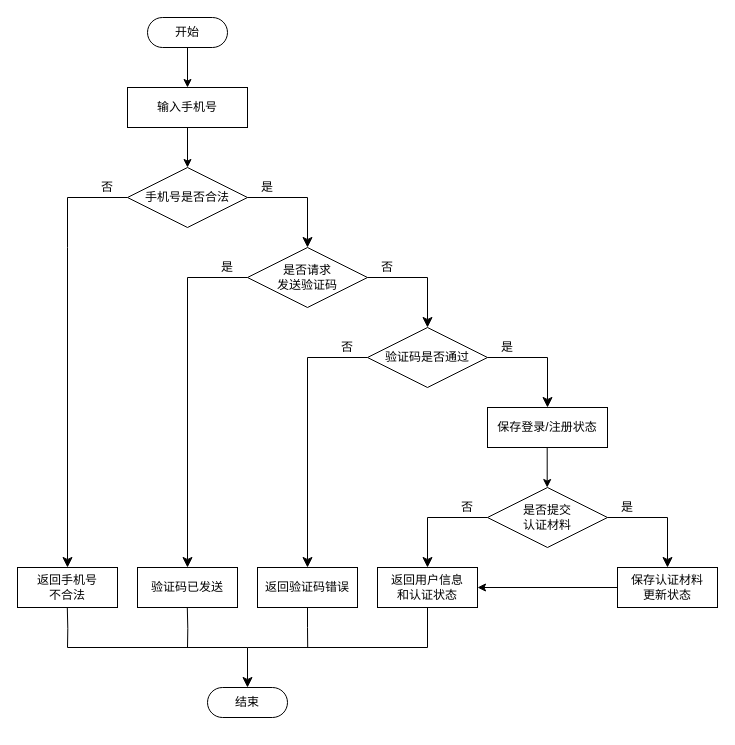
This is 未命名绘图.drawio from wlqsupreme/2026_AFriends, a draw.io file, before an edit. Source tidied: cells renumbered, new cells numbered last; positions are measured from the earlier drawing's top-left corner, leaving out a move shared by most shapes. Both pictures are drawn from the tidied source at 100%, with x=0, y=0 at pixel (17, 17).
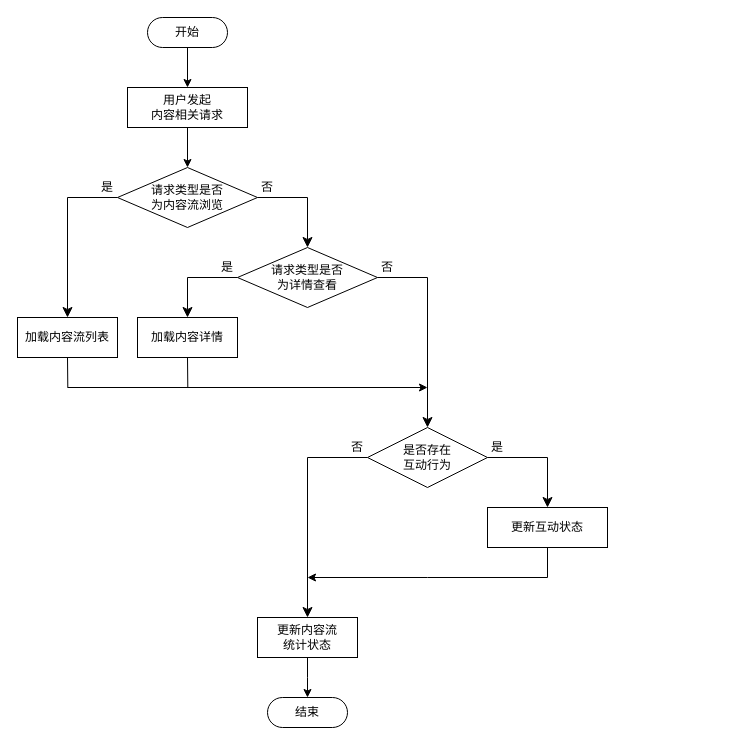
After the change.

Commit message:
3-5内容浏览与互动.drawio

The change refers to these unchanged cells:
```xml
<mxCell id="13" value="是" style="text;html=1;whiteSpace=wrap;strokeColor=none;fillColor=none;align=center;verticalAlign=middle;rounded=0;" parent="1" vertex="1">
  <mxGeometry x="200" y="240" width="20" height="20" as="geometry" />
</mxCell>
<mxCell id="15" value="否" style="text;html=1;whiteSpace=wrap;strokeColor=none;fillColor=none;align=center;verticalAlign=middle;rounded=0;" parent="1" vertex="1">
  <mxGeometry x="360" y="240" width="20" height="20" as="geometry" />
</mxCell>
```

Diff of the diagram source:
```diff
@@
-    <mxCell id="3" value="输入手机号" style="html=1;dashed=0;whiteSpace=wrap;" parent="1" vertex="1">
+    <mxCell id="3" value="用户发起&lt;div&gt;内容&lt;span style=&quot;background-color: transparent; color: light-dark(rgb(0, 0, 0), rgb(255, 255, 255));&quot;&gt;相关请求&lt;/span&gt;&lt;/div&gt;" style="html=1;dashed=0;whiteSpace=wrap;" parent="1" vertex="1">
       <mxGeometry x="110" y="70" width="120" height="40" as="geometry" />
     </mxCell>
@@
-    <mxCell id="5" value="手机号是否合法" style="shape=rhombus;html=1;dashed=0;whiteSpace=wrap;perimeter=rhombusPerimeter;" parent="1" vertex="1">
-      <mxGeometry x="110" y="150" width="120" height="60" as="geometry" />
+    <mxCell id="5" value="请求类型是否&lt;div&gt;为内容流浏览&lt;/div&gt;" style="shape=rhombus;html=1;dashed=0;whiteSpace=wrap;perimeter=rhombusPerimeter;" parent="1" vertex="1">
+      <mxGeometry x="100" y="150" width="140" height="60" as="geometry" />
     </mxCell>
@@
-    <mxCell id="7" style="edgeStyle=segmentEdgeStyle;endArrow=classic;html=1;curved=0;rounded=0;endSize=8;startSize=8;exitX=0;exitY=0.5;exitDx=0;exitDy=0;" parent="1" edge="1" source="5">
+    <mxCell id="7" style="edgeStyle=segmentEdgeStyle;endArrow=classic;html=1;curved=0;rounded=0;endSize=8;startSize=8;exitX=0;exitY=0.5;exitDx=0;exitDy=0;entryX=0.5;entryY=0;entryDx=0;entryDy=0;" parent="1" edge="1" source="5" target="34">
       <mxGeometry relative="1" as="geometry">
-        <mxPoint x="50" y="550" as="targetPoint" />
         <Array as="points">
           <mxPoint x="50" y="180" />
-          <mxPoint x="50" y="230" />
         </Array>
       </mxGeometry>
     </mxCell>
-    <mxCell id="8" value="否" style="text;html=1;whiteSpace=wrap;strokeColor=none;fillColor=none;align=center;verticalAlign=middle;rounded=0;" parent="1" vertex="1">
+    <mxCell id="8" value="是" style="text;html=1;whiteSpace=wrap;strokeColor=none;fillColor=none;align=center;verticalAlign=middle;rounded=0;" parent="1" vertex="1">
       <mxGeometry x="80" y="160" width="20" height="20" as="geometry" />
     </mxCell>
@@
-    <mxCell id="10" value="是" style="text;html=1;whiteSpace=wrap;strokeColor=none;fillColor=none;align=center;verticalAlign=middle;rounded=0;" parent="1" vertex="1">
+    <mxCell id="10" value="否" style="text;html=1;whiteSpace=wrap;strokeColor=none;fillColor=none;align=center;verticalAlign=middle;rounded=0;" parent="1" vertex="1">
       <mxGeometry x="240" y="160" width="20" height="20" as="geometry" />
     </mxCell>
-    <mxCell id="11" value="是否请求&lt;div&gt;发送&lt;span style=&quot;background-color: transparent; color: light-dark(rgb(0, 0, 0), rgb(255, 255, 255));&quot;&gt;验证码&lt;/span&gt;&lt;/div&gt;" style="shape=rhombus;html=1;dashed=0;whiteSpace=wrap;perimeter=rhombusPerimeter;" parent="1" vertex="1">
-      <mxGeometry x="230" y="230" width="120" height="60" as="geometry" />
+    <mxCell id="11" value="请求类型是否&lt;div&gt;为详情查看&lt;/div&gt;" style="shape=rhombus;html=1;dashed=0;whiteSpace=wrap;perimeter=rhombusPerimeter;" parent="1" vertex="1">
+      <mxGeometry x="220" y="230" width="140" height="60" as="geometry" />
     </mxCell>
-    <mxCell id="12" style="edgeStyle=segmentEdgeStyle;endArrow=classic;html=1;curved=0;rounded=0;endSize=8;startSize=8;exitX=0;exitY=0.5;exitDx=0;exitDy=0;entryX=0.5;entryY=0;entryDx=0;entryDy=0;" parent="1" edge="1" target="33">
+    <mxCell id="12" style="edgeStyle=segmentEdgeStyle;endArrow=classic;html=1;curved=0;rounded=0;endSize=8;startSize=8;exitX=1;exitY=1;exitDx=0;exitDy=0;entryX=0.5;entryY=0;entryDx=0;entryDy=0;" parent="1" edge="1" source="13" target="33">
       <mxGeometry relative="1" as="geometry">
-        <mxPoint x="230" y="260" as="sourcePoint" />
         <Array as="points">
           <mxPoint x="170" y="260" />
         </Array>
       </mxGeometry>
     </mxCell>
@@
-    <mxCell id="14" style="edgeStyle=segmentEdgeStyle;endArrow=classic;html=1;curved=0;rounded=0;endSize=8;startSize=8;exitX=1;exitY=0.5;exitDx=0;exitDy=0;" parent="1" edge="1">
+    <mxCell id="14" style="edgeStyle=segmentEdgeStyle;endArrow=classic;html=1;curved=0;rounded=0;endSize=8;startSize=8;exitX=0;exitY=1;exitDx=0;exitDy=0;entryX=0.5;entryY=0;entryDx=0;entryDy=0;" parent="1" edge="1" source="15" target="16">
       <mxGeometry relative="1" as="geometry">
-        <mxPoint x="350" y="260" as="sourcePoint" />
-        <mxPoint x="410" y="310" as="targetPoint" />
         <Array as="points">
           <mxPoint x="410" y="260" />
-          <mxPoint x="410" y="310" />
         </Array>
       </mxGeometry>
     </mxCell>
@@
-    <mxCell id="16" value="验证码是否通过" style="shape=rhombus;html=1;dashed=0;whiteSpace=wrap;perimeter=rhombusPerimeter;" parent="1" vertex="1">
-      <mxGeometry x="350" y="310" width="120" height="60" as="geometry" />
+    <mxCell id="16" value="是否存在&lt;div&gt;互动行为&lt;/div&gt;" style="shape=rhombus;html=1;dashed=0;whiteSpace=wrap;perimeter=rhombusPerimeter;" parent="1" vertex="1">
+      <mxGeometry x="350" y="410" width="120" height="60" as="geometry" />
     </mxCell>
-    <mxCell id="17" style="edgeStyle=segmentEdgeStyle;endArrow=classic;html=1;curved=0;rounded=0;endSize=8;startSize=8;exitX=0;exitY=0.5;exitDx=0;exitDy=0;entryX=0.5;entryY=0;entryDx=0;entryDy=0;" parent="1" edge="1" target="32">
+    <mxCell id="17" style="edgeStyle=segmentEdgeStyle;endArrow=classic;html=1;curved=0;rounded=0;endSize=8;startSize=8;exitX=0;exitY=0.5;exitDx=0;exitDy=0;entryX=0.5;entryY=0;entryDx=0;entryDy=0;" parent="1" edge="1" source="16" target="32">
       <mxGeometry relative="1" as="geometry">
-        <mxPoint x="350" y="340" as="sourcePoint" />
         <Array as="points">
-          <mxPoint x="290" y="340" />
+          <mxPoint x="290" y="440" />
         </Array>
       </mxGeometry>
     </mxCell>
     <mxCell id="18" value="否" style="text;html=1;whiteSpace=wrap;strokeColor=none;fillColor=none;align=center;verticalAlign=middle;rounded=0;" parent="1" vertex="1">
-      <mxGeometry x="320" y="320" width="20" height="20" as="geometry" />
+      <mxGeometry x="330" y="420" width="20" height="20" as="geometry" />
     </mxCell>
-    <mxCell id="19" style="edgeStyle=segmentEdgeStyle;endArrow=classic;html=1;curved=0;rounded=0;endSize=8;startSize=8;exitX=1;exitY=0.5;exitDx=0;exitDy=0;" parent="1" edge="1">
+    <mxCell id="19" style="edgeStyle=segmentEdgeStyle;endArrow=classic;html=1;curved=0;rounded=0;endSize=8;startSize=8;" parent="1" edge="1">
       <mxGeometry relative="1" as="geometry">
-        <mxPoint x="470" y="340" as="sourcePoint" />
-        <mxPoint x="530" y="390" as="targetPoint" />
+        <mxPoint x="470" y="440" as="sourcePoint" />
+        <mxPoint x="530" y="490" as="targetPoint" />
         <Array as="points">
-          <mxPoint x="530" y="340" />
-          <mxPoint x="530" y="390" />
+          <mxPoint x="530" y="440" />
+          <mxPoint x="530" y="490" />
         </Array>
       </mxGeometry>
     </mxCell>
     <mxCell id="20" value="是" style="text;html=1;whiteSpace=wrap;strokeColor=none;fillColor=none;align=center;verticalAlign=middle;rounded=0;" parent="1" vertex="1">
-      <mxGeometry x="480" y="320" width="20" height="20" as="geometry" />
+      <mxGeometry x="470" y="420" width="20" height="20" as="geometry" />
     </mxCell>
-    <mxCell id="21" value="保存登录/注册状态" style="html=1;dashed=0;whiteSpace=wrap;" parent="1" vertex="1">
-      <mxGeometry x="470" y="390" width="120" height="40" as="geometry" />
+    <mxCell id="21" value="更新互动状态" style="html=1;dashed=0;whiteSpace=wrap;" parent="1" vertex="1">
+      <mxGeometry x="470" y="490" width="120" height="40" as="geometry" />
     </mxCell>
-    <mxCell id="22" value="是否提交&lt;div&gt;认证材料&lt;/div&gt;" style="shape=rhombus;html=1;dashed=0;whiteSpace=wrap;perimeter=rhombusPerimeter;" parent="1" vertex="1">
-      <mxGeometry x="470" y="470" width="120" height="60" as="geometry" />
-    </mxCell>
-    <mxCell id="23" style="edgeStyle=segmentEdgeStyle;endArrow=classic;html=1;curved=0;rounded=0;endSize=8;startSize=8;exitX=0;exitY=0.5;exitDx=0;exitDy=0;" parent="1" edge="1">
-      <mxGeometry relative="1" as="geometry">
-        <mxPoint x="470" y="500" as="sourcePoint" />
-        <mxPoint x="410" y="550" as="targetPoint" />
-        <Array as="points">
-          <mxPoint x="410" y="500" />
-          <mxPoint x="410" y="550" />
-        </Array>
-      </mxGeometry>
-    </mxCell>
-    <mxCell id="24" value="否" style="text;html=1;whiteSpace=wrap;strokeColor=none;fillColor=none;align=center;verticalAlign=middle;rounded=0;" parent="1" vertex="1">
-      <mxGeometry x="440" y="480" width="20" height="20" as="geometry" />
-    </mxCell>
-    <mxCell id="25" style="edgeStyle=segmentEdgeStyle;endArrow=classic;html=1;curved=0;rounded=0;endSize=8;startSize=8;exitX=1;exitY=0.5;exitDx=0;exitDy=0;" parent="1" edge="1">
-      <mxGeometry relative="1" as="geometry">
-        <mxPoint x="590" y="500" as="sourcePoint" />
-        <mxPoint x="650" y="550" as="targetPoint" />
-        <Array as="points">
-          <mxPoint x="650" y="500" />
-          <mxPoint x="650" y="550" />
-        </Array>
-      </mxGeometry>
-    </mxCell>
-    <mxCell id="26" value="是" style="text;html=1;whiteSpace=wrap;strokeColor=none;fillColor=none;align=center;verticalAlign=middle;rounded=0;" parent="1" vertex="1">
-      <mxGeometry x="600" y="480" width="20" height="20" as="geometry" />
-    </mxCell>
-    <mxCell id="27" style="endArrow=classic;html=1;rounded=0;entryX=0.5;entryY=0;entryDx=0;entryDy=0;exitX=0.5;exitY=1;exitDx=0;exitDy=0;" parent="1" edge="1">
+    <mxCell id="27" style="endArrow=classic;html=1;rounded=0;" parent="1" edge="1">
       <mxGeometry relative="1" as="geometry">
-        <mxPoint x="529.7" y="430" as="sourcePoint" />
-        <mxPoint x="529.7" y="470" as="targetPoint" />
+        <mxPoint x="530" y="530" as="sourcePoint" />
+        <mxPoint x="290" y="560" as="targetPoint" />
+        <Array as="points">
+          <mxPoint x="530" y="560" />
+          <mxPoint x="410" y="560" />
+        </Array>
       </mxGeometry>
     </mxCell>
-    <mxCell id="28" value="保存认证材料&lt;div&gt;更新状态&lt;/div&gt;" style="html=1;dashed=0;whiteSpace=wrap;" parent="1" vertex="1">
-      <mxGeometry x="600" y="550" width="100" height="40" as="geometry" />
-    </mxCell>
-    <mxCell id="29" value="返回用户信息&lt;div&gt;和认证状态&lt;/div&gt;" style="html=1;dashed=0;whiteSpace=wrap;" parent="1" vertex="1">
-      <mxGeometry x="360" y="550" width="100" height="40" as="geometry" />
-    </mxCell>
-    <mxCell id="30" style="endArrow=classic;html=1;rounded=0;entryX=1;entryY=0.5;entryDx=0;entryDy=0;exitX=0;exitY=0.5;exitDx=0;exitDy=0;" parent="1" edge="1" source="28" target="29">
-      <mxGeometry relative="1" as="geometry" />
-    </mxCell>
-    <mxCell id="31" style="edgeStyle=orthogonalEdgeStyle;rounded=0;jettySize=auto;html=1;exitX=0.5;exitY=1;exitDx=0;exitDy=0;endArrow=none;endFill=0;" parent="1" edge="1" source="32">
+    <mxCell id="31" style="edgeStyle=orthogonalEdgeStyle;rounded=0;jettySize=auto;html=1;exitX=0.5;exitY=1;exitDx=0;exitDy=0;endArrow=classic;endFill=1;" parent="1" edge="1" source="32">
       <mxGeometry relative="1" as="geometry">
-        <mxPoint x="290.2" y="630" as="targetPoint" />
+        <mxPoint x="290" y="680" as="targetPoint" />
       </mxGeometry>
     </mxCell>
-    <mxCell id="32" value="返回验证码错误" style="html=1;dashed=0;whiteSpace=wrap;" parent="1" vertex="1">
-      <mxGeometry x="240" y="550" width="100" height="40" as="geometry" />
+    <mxCell id="32" value="更新内容流&lt;div&gt;统计状态&lt;/div&gt;" style="html=1;dashed=0;whiteSpace=wrap;" parent="1" vertex="1">
+      <mxGeometry x="240" y="600" width="100" height="40" as="geometry" />
     </mxCell>
+    <mxCell id="40" style="edgeStyle=orthogonalEdgeStyle;rounded=0;jettySize=auto;html=1;exitX=0.5;exitY=1;exitDx=0;exitDy=0;endArrow=none;endFill=0;" parent="1" edge="1" source="33">
+      <mxGeometry relative="1" as="geometry">
+        <mxPoint x="170.3" y="370" as="targetPoint" />
+      </mxGeometry>
+    </mxCell>
-    <mxCell id="33" value="验证码已发送" style="html=1;dashed=0;whiteSpace=wrap;" parent="1" vertex="1">
-      <mxGeometry x="120" y="550" width="100" height="40" as="geometry" />
+    <mxCell id="33" value="加载内容详情" style="html=1;dashed=0;whiteSpace=wrap;" parent="1" vertex="1">
+      <mxGeometry x="120" y="300" width="100" height="40" as="geometry" />
     </mxCell>
+    <mxCell id="41" style="edgeStyle=orthogonalEdgeStyle;rounded=0;jettySize=auto;html=1;exitX=0.5;exitY=1;exitDx=0;exitDy=0;endArrow=none;endFill=0;" parent="1" edge="1" source="34">
+      <mxGeometry relative="1" as="geometry">
+        <mxPoint x="50.3" y="370" as="targetPoint" />
+      </mxGeometry>
+    </mxCell>
-    <mxCell id="34" value="返回手机号&lt;div&gt;不合法&lt;/div&gt;" style="html=1;dashed=0;whiteSpace=wrap;" parent="1" vertex="1">
-      <mxGeometry y="550" width="100" height="40" as="geometry" />
+    <mxCell id="34" value="加载内容流列表" style="html=1;dashed=0;whiteSpace=wrap;" parent="1" vertex="1">
+      <mxGeometry y="300" width="100" height="40" as="geometry" />
     </mxCell>
-    <mxCell id="35" style="edgeStyle=segmentEdgeStyle;endArrow=classic;html=1;curved=0;rounded=0;endSize=8;startSize=8;exitX=0.5;exitY=1;exitDx=0;exitDy=0;" parent="1" edge="1" source="29">
-      <mxGeometry relative="1" as="geometry">
-        <mxPoint x="230" y="670" as="targetPoint" />
-        <Array as="points">
-          <mxPoint x="410" y="630" />
-          <mxPoint x="230" y="630" />
-          <mxPoint x="230" y="670" />
-        </Array>
-      </mxGeometry>
-    </mxCell>
-    <mxCell id="36" style="edgeStyle=orthogonalEdgeStyle;rounded=0;orthogonalLoop=1;jettySize=auto;html=1;exitX=0.5;exitY=1;exitDx=0;exitDy=0;endArrow=none;endFill=0;" parent="1" edge="1">
-      <mxGeometry relative="1" as="geometry">
-        <mxPoint x="169.8" y="590" as="sourcePoint" />
-        <mxPoint x="170" y="630" as="targetPoint" />
-      </mxGeometry>
-    </mxCell>
-    <mxCell id="37" style="edgeStyle=orthogonalEdgeStyle;rounded=0;orthogonalLoop=1;jettySize=auto;html=1;exitX=0.5;exitY=1;exitDx=0;exitDy=0;endArrow=none;endFill=0;" parent="1" edge="1">
-      <mxGeometry relative="1" as="geometry">
-        <mxPoint x="49.8" y="590" as="sourcePoint" />
-        <mxPoint x="50" y="630" as="targetPoint" />
-      </mxGeometry>
-    </mxCell>
-    <mxCell id="38" style="edgeStyle=orthogonalEdgeStyle;rounded=0;orthogonalLoop=1;jettySize=auto;html=1;endArrow=none;endFill=0;" parent="1" edge="1">
-      <mxGeometry relative="1" as="geometry">
-        <mxPoint x="50" y="630" as="sourcePoint" />
-        <mxPoint x="230" y="630" as="targetPoint" />
-      </mxGeometry>
-    </mxCell>
     <mxCell id="39" value="结束" style="html=1;dashed=0;whiteSpace=wrap;shape=mxgraph.dfd.start;" parent="1" vertex="1">
-      <mxGeometry x="190" y="670" width="80" height="30" as="geometry" />
+      <mxGeometry x="250" y="680" width="80" height="30" as="geometry" />
     </mxCell>
+    <mxCell id="42" style="endArrow=classic;html=1;rounded=0;" parent="1" edge="1">
+      <mxGeometry relative="1" as="geometry">
+        <mxPoint x="50" y="370" as="sourcePoint" />
+        <mxPoint x="410" y="370" as="targetPoint" />
+      </mxGeometry>
+    </mxCell>
```
